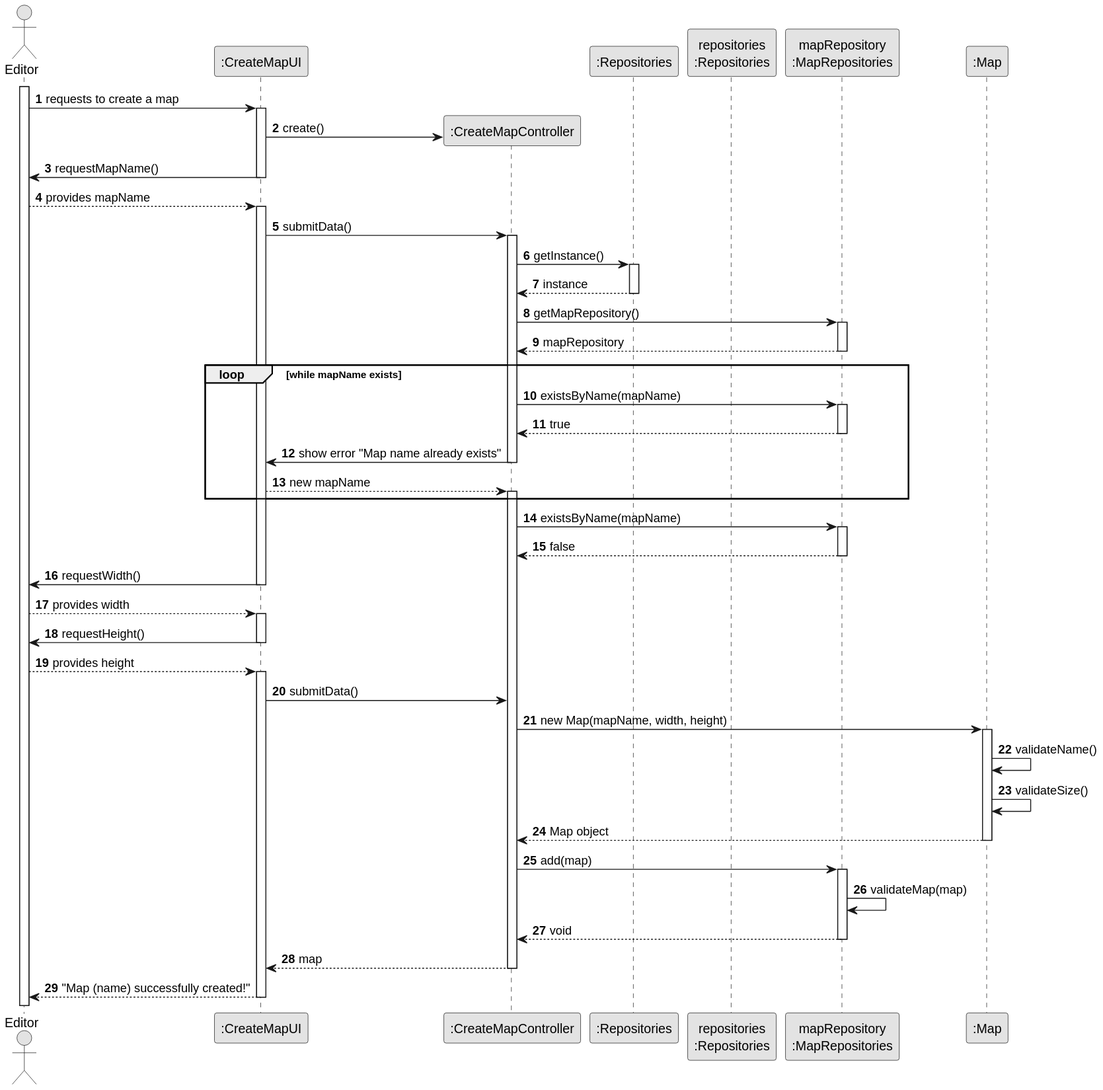
Before: docs/sprint3/us001/03.design/svg/us001-sequence-diagram.svg, a diagram exported from PlantUML (ivasduarte/all-aboard).
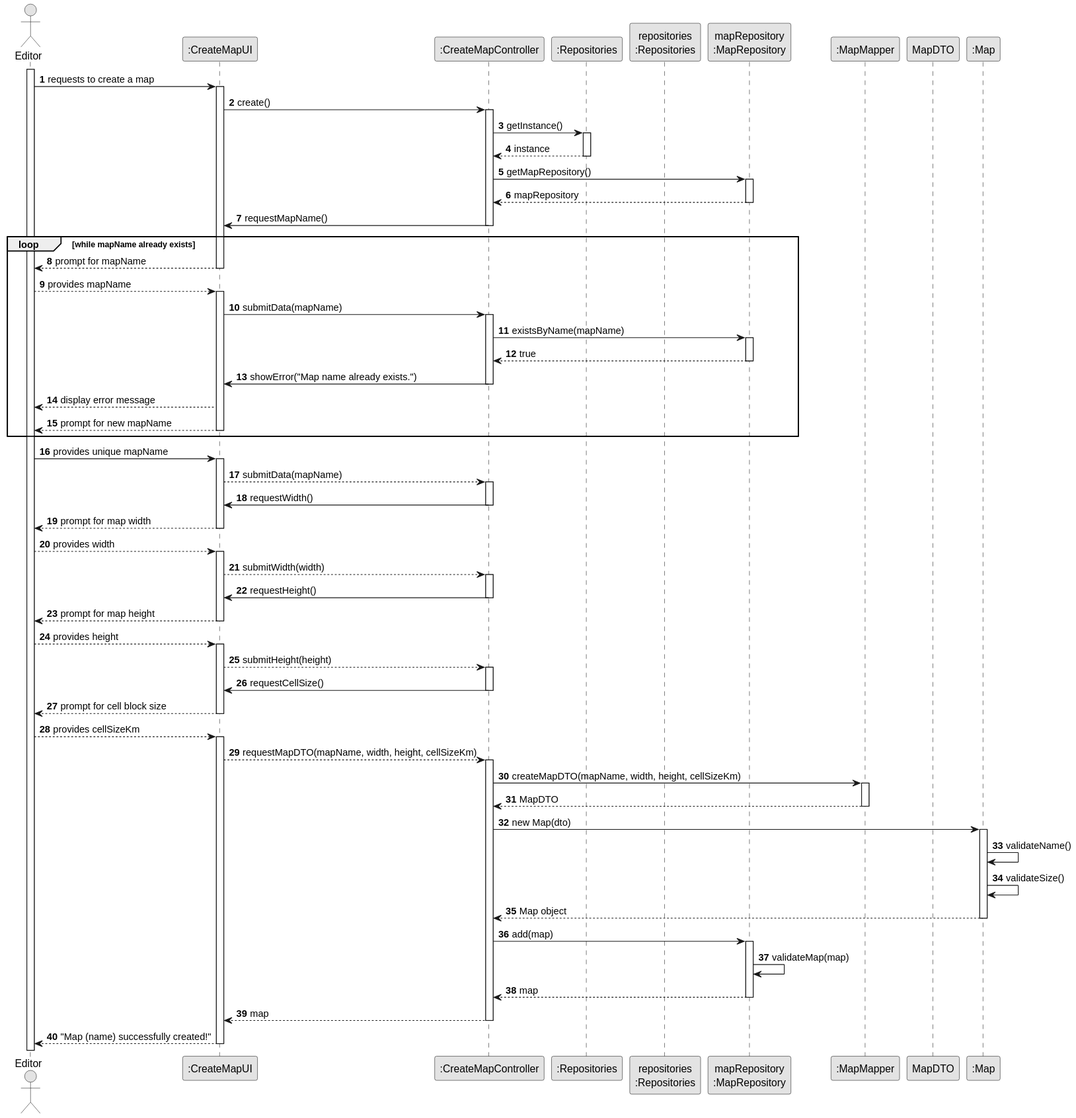
The same diagram one commit later.

Diff of the diagram source:
```diff
@@ -8,75 +8,105 @@
 actor Editor
 
 participant ":CreateMapUI" as UI
+participant ":CreateMapController" as ctrl
+participant ":Repositories" as reps
+participant "repositories\n:Repositories" as repositories
+participant "mapRepository\n:MapRepository" as repo
+participant ":MapMapper" as mapper
+participant "MapDTO" as dto
+participant ":Map" as Map
 
 activate Editor
 Editor -> UI : requests to create a map
 
-create ":CreateMapController" as ctrl
-
 activate UI
 UI -> ctrl : create()
-
-participant ":Repositories" as reps
-participant "repositories\n:Repositories" as repositories
-participant "mapRepository\n:MapRepositories" as repo
-participant ":Map" as Map
-
-UI -> Editor : requestMapName()
-deactivate UI
-
-Editor --> UI : provides mapName
-activate UI
-
-UI -> ctrl : submitData()
 activate ctrl
 
 ctrl -> reps : getInstance()
 activate reps
-
 reps --> ctrl : instance
 deactivate reps
 
 ctrl -> repo : getMapRepository()
 activate repo
-
 repo --> ctrl : mapRepository
 deactivate repo
 
-loop while mapName exists
-  ctrl -> repo : existsByName(mapName)
-  activate repo
+ctrl -> UI : requestMapName()
+deactivate ctrl
 
-  repo --> ctrl : true
-  deactivate repo
+loop while mapName already exists
+    UI --> Editor: prompt for mapName
+    deactivate UI
 
-  ctrl -> UI : show error "Map name already exists"
-  deactivate ctrl
+    Editor --> UI : provides mapName
+    activate UI
 
-  UI --> ctrl : new mapName
-  activate ctrl
+    UI -> ctrl : submitData(mapName)
+    activate ctrl
+
+    ctrl -> repo : existsByName(mapName)
+    activate repo
+    repo --> ctrl : true
+    deactivate repo
+
+    ctrl -> UI : showError("Map name already exists.")
+    deactivate ctrl
+
+    UI --> Editor: display error message
+    UI --> Editor: prompt for new mapName
+    deactivate UI
 end
 
-ctrl -> repo : existsByName(mapName)
-activate repo
+Editor -> UI: provides unique mapName
+activate UI
 
-repo --> ctrl : false
-deactivate repo
+UI --> ctrl : submitData(mapName)
+activate ctrl
 
-UI -> Editor : requestWidth()
+ctrl -> UI : requestWidth()
+deactivate ctrl
+
+UI --> Editor: prompt for map width
 deactivate UI
 
 Editor --> UI : provides width
 activate UI
 
-UI -> Editor : requestHeight()
+UI --> ctrl : submitWidth(width)
+activate ctrl
+
+ctrl -> UI : requestHeight()
+deactivate ctrl
+
+UI --> Editor: prompt for map height
 deactivate UI
 
 Editor --> UI : provides height
 activate UI
 
-UI -> ctrl : submitData()
-ctrl -> Map : new Map(mapName, width, height)
+UI --> ctrl : submitHeight(height)
+activate ctrl
+
+ctrl -> UI : requestCellSize()
+deactivate ctrl
+
+UI --> Editor: prompt for cell block size
+deactivate UI
+
+Editor --> UI: provides cellSizeKm
+activate UI
+
+UI --> ctrl : requestMapDTO(mapName, width, height, cellSizeKm)
+activate ctrl
+
+ctrl -> mapper : createMapDTO(mapName, width, height, cellSizeKm)
+activate mapper
+mapper --> ctrl : MapDTO
+deactivate mapper
+
+ctrl -> Map : new Map(dto)
 activate Map
 
 Map -> Map : validateName()
@@ -88,7 +118,7 @@
 activate repo
 
 repo -> repo : validateMap(map)
-repo --> ctrl : void
+repo --> ctrl : map
 deactivate repo
 
 ctrl --> UI : map
```
